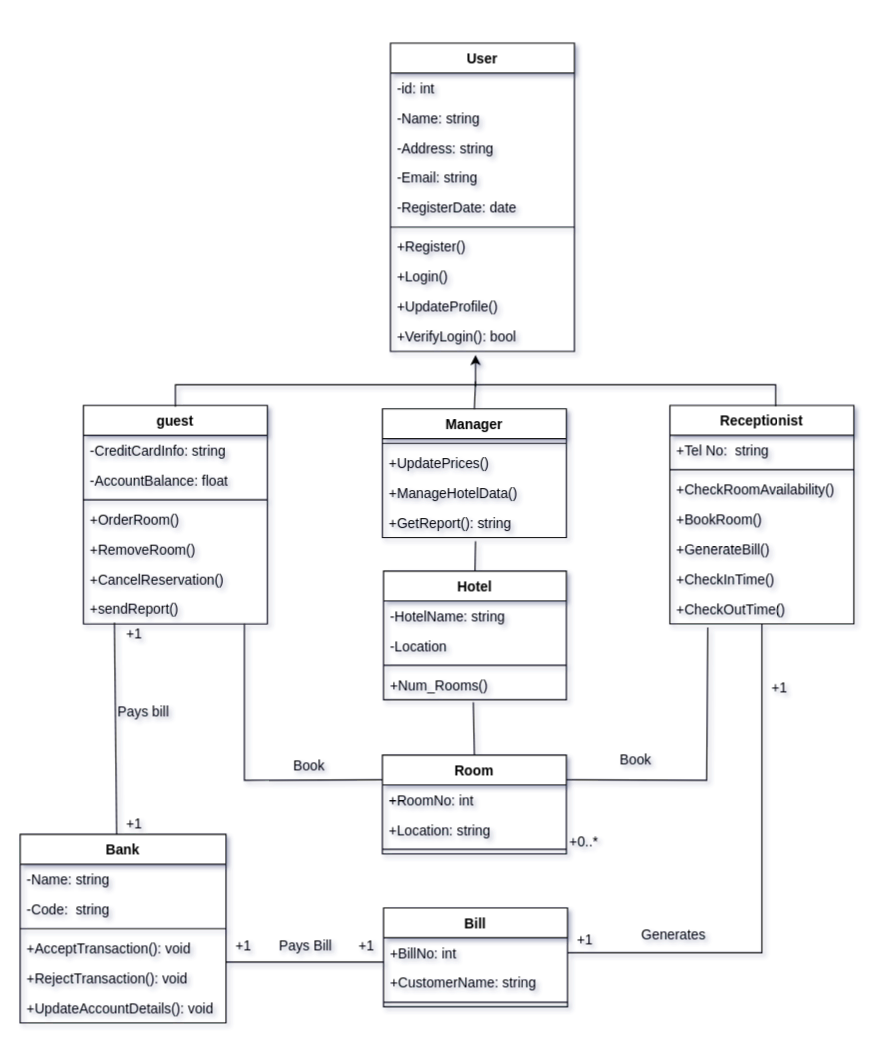
Before: Class diagram2.drawio in AhmedTarek-95/System-Desine, a draw.io diagram. Source tidied: cells renumbered, new cells numbered last; positions are measured from the earlier drawing's top-left corner, leaving out a move shared by most shapes. Both pictures are drawn from the tidied source at 115%, with x=0, y=0 at pixel (20, 43).
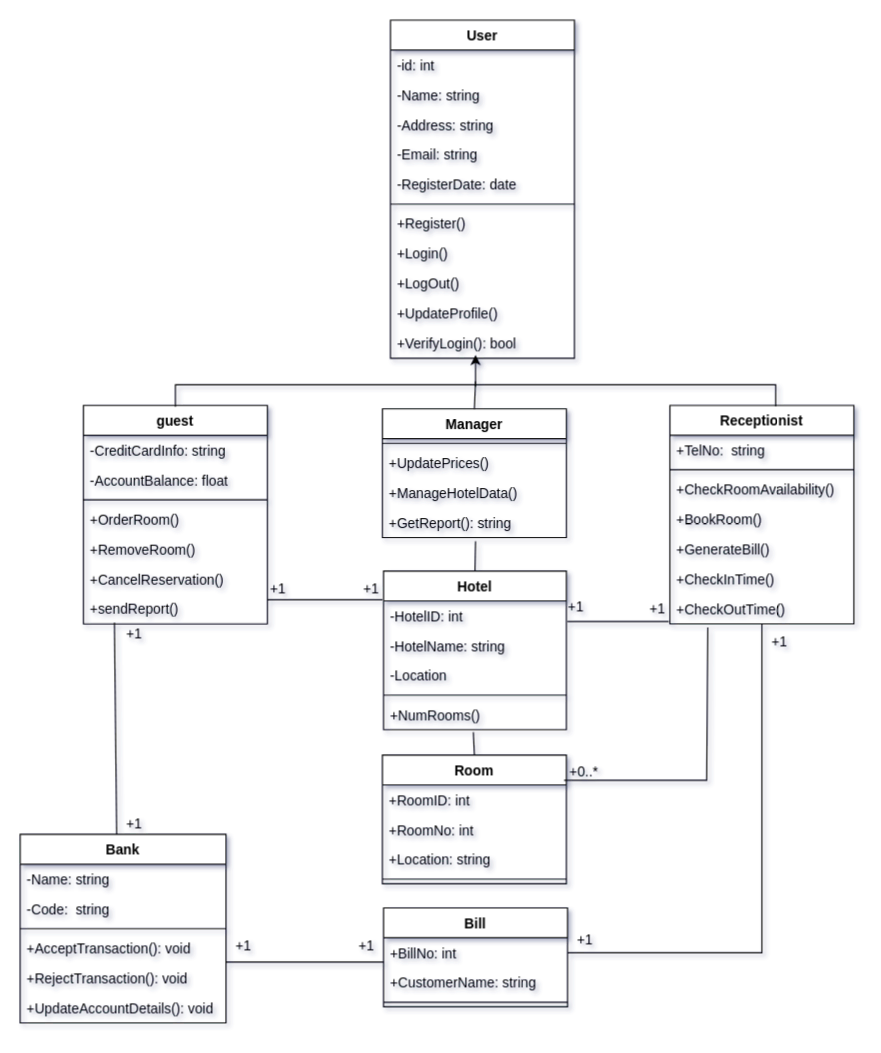
The same diagram, later.

Unchanged cells that the change refers to:
```xml
<mxCell id="14" value="+sendReport()" style="text;strokeColor=none;fillColor=none;align=left;verticalAlign=top;spacingLeft=4;spacingRight=4;overflow=hidden;points=[[0,0.5],[1,0.5]];portConstraint=eastwest;" parent="7" vertex="1">
  <mxGeometry y="164" width="160" height="26" as="geometry" />
</mxCell>
<mxCell id="19" value="Receptionist" style="swimlane;fontStyle=1;align=center;verticalAlign=top;horizontal=1;startSize=26;gradientColor=none;" parent="1" vertex="1">
  <mxGeometry x="565" y="315" width="160" height="190" as="geometry" />
</mxCell>
<mxCell id="26" value="+CheckOutTime()" style="text;strokeColor=none;fillColor=none;align=left;verticalAlign=top;spacingLeft=4;spacingRight=4;overflow=hidden;points=[[0,0.5],[1,0.5]];portConstraint=eastwest;" parent="19" vertex="1">
  <mxGeometry y="164" width="160" height="26" as="geometry" />
</mxCell>
```

What changed in the source:
```diff
@@
     <mxCell id="15" value="Room" style="swimlane;fontStyle=1;align=center;verticalAlign=top;horizontal=1;startSize=26;" parent="1" vertex="1">
-      <mxGeometry x="315" y="619" width="160" height="86" as="geometry" />
+      <mxGeometry x="315" y="619" width="160" height="112" as="geometry" />
     </mxCell>
+    <mxCell id="76" value="+RoomID: int" style="text;strokeColor=none;fillColor=none;align=left;verticalAlign=top;spacingLeft=4;spacingRight=4;overflow=hidden;" parent="15" vertex="1">
+      <mxGeometry y="26" width="160" height="26" as="geometry" />
+    </mxCell>
     <mxCell id="16" value="+RoomNo: int" style="text;strokeColor=none;fillColor=none;align=left;verticalAlign=top;spacingLeft=4;spacingRight=4;overflow=hidden;" parent="15" vertex="1">
-      <mxGeometry y="26" width="160" height="26" as="geometry" />
+      <mxGeometry y="52" width="160" height="26" as="geometry" />
     </mxCell>
     <mxCell id="17" value="+Location: string" style="text;strokeColor=none;fillColor=none;align=left;verticalAlign=top;spacingLeft=4;spacingRight=4;overflow=hidden;" parent="15" vertex="1">
-      <mxGeometry y="52" width="160" height="26" as="geometry" />
+      <mxGeometry y="78" width="160" height="26" as="geometry" />
     </mxCell>
     <mxCell id="18" style="line;strokeWidth=1;fillColor=none;align=left;verticalAlign=middle;spacingTop=-1;spacingLeft=3;spacingRight=3;labelPosition=right;" parent="15" vertex="1">
-      <mxGeometry y="78" width="160" height="8" as="geometry" />
+      <mxGeometry y="104" width="160" height="8" as="geometry" />
     </mxCell>
@@
-    <mxCell id="20" value="+Tel No:  string" style="text;strokeColor=none;fillColor=none;align=left;verticalAlign=top;spacingLeft=4;spacingRight=4;overflow=hidden;" parent="19" vertex="1">
+    <mxCell id="20" value="+TelNo:  string" style="text;strokeColor=none;fillColor=none;align=left;verticalAlign=top;spacingLeft=4;spacingRight=4;overflow=hidden;" parent="19" vertex="1">
       <mxGeometry y="26" width="160" height="26" as="geometry" />
     </mxCell>
@@
-    <mxCell id="27" style="endArrow=none;html=1;rounded=0;exitX=0;exitY=0.25;exitDx=0;exitDy=0;" parent="1" edge="1" source="15">
-      <mxGeometry relative="1" as="geometry">
-        <mxPoint x="195" y="505" as="targetPoint" />
-        <Array as="points">
-          <mxPoint x="195" y="641" />
-        </Array>
-      </mxGeometry>
-    </mxCell>
@@
-    <mxCell id="34" style="endArrow=none;html=1;rounded=0;entryX=1;entryY=0.25;entryDx=0;entryDy=0;exitX=0.206;exitY=1.115;exitDx=0;exitDy=0;exitPerimeter=0;" parent="1" edge="1" source="26" target="15">
+    <mxCell id="34" style="endArrow=none;html=1;rounded=0;exitX=0.206;exitY=1.115;exitDx=0;exitDy=0;exitPerimeter=0;" parent="1" edge="1" source="26">
       <mxGeometry relative="1" as="geometry">
+        <mxPoint x="473" y="641" as="targetPoint" />
         <Array as="points">
           <mxPoint x="597" y="641" />
         </Array>
       </mxGeometry>
     </mxCell>
@@
-    <mxCell id="37" value="Generates" style="text;html=1;align=center;verticalAlign=middle;strokeColor=none;fillColor=none;" parent="1" vertex="1">
-      <mxGeometry x="533" y="766" width="70" height="20" as="geometry" />
-    </mxCell>
     <mxCell id="38" value="+1" style="text;html=1;align=center;verticalAlign=middle;strokeColor=none;fillColor=none;" parent="1" vertex="1">
-      <mxGeometry x="645" y="551" width="30" height="20" as="geometry" />
+      <mxGeometry x="645" y="511" width="30" height="20" as="geometry" />
     </mxCell>
     <mxCell id="39" value="+0..*" style="text;html=1;align=center;verticalAlign=middle;strokeColor=none;fillColor=none;" parent="1" vertex="1">
-      <mxGeometry x="470" y="685" width="40" height="20" as="geometry" />
+      <mxGeometry x="470" y="624" width="40" height="20" as="geometry" />
     </mxCell>
-    <mxCell id="40" value="Pays Bill" style="text;html=1;align=center;verticalAlign=middle;strokeColor=none;fillColor=none;" parent="1" vertex="1">
-      <mxGeometry x="218" y="775" width="60" height="20" as="geometry" />
-    </mxCell>
-    <mxCell id="41" value="Book" style="text;html=1;align=center;verticalAlign=middle;strokeColor=none;fillColor=none;" parent="1" vertex="1">
-      <mxGeometry x="231" y="619" width="40" height="20" as="geometry" />
-    </mxCell>
-    <mxCell id="42" value="Book" style="text;html=1;align=center;verticalAlign=middle;strokeColor=none;fillColor=none;" parent="1" vertex="1">
-      <mxGeometry x="515" y="614" width="40" height="20" as="geometry" />
-    </mxCell>
     <mxCell id="43" value="User" style="swimlane;fontStyle=1;align=center;verticalAlign=top;horizontal=1;startSize=26;" parent="1" vertex="1">
-      <mxGeometry x="322" width="160" height="268" as="geometry" />
+      <mxGeometry x="322" y="-20" width="160" height="294" as="geometry" />
     </mxCell>
@@
+    <mxCell id="77" value="+LogOut()" style="text;strokeColor=none;fillColor=none;align=left;verticalAlign=top;spacingLeft=4;spacingRight=4;overflow=hidden;" parent="43" vertex="1">
+      <mxGeometry y="216" width="160" height="26" as="geometry" />
+    </mxCell>
     <mxCell id="52" value="+UpdateProfile()" style="text;strokeColor=none;fillColor=none;align=left;verticalAlign=top;spacingLeft=4;spacingRight=4;overflow=hidden;" parent="43" vertex="1">
-      <mxGeometry y="216" width="160" height="26" as="geometry" />
+      <mxGeometry y="242" width="160" height="26" as="geometry" />
     </mxCell>
     <mxCell id="53" value="+VerifyLogin(): bool" style="text;strokeColor=none;fillColor=none;align=left;verticalAlign=top;spacingLeft=4;spacingRight=4;overflow=hidden;" parent="43" vertex="1">
-      <mxGeometry y="242" width="160" height="26" as="geometry" />
+      <mxGeometry y="268" width="160" height="26" as="geometry" />
     </mxCell>
@@
-    <mxCell id="67" value="Pays bill" style="text;html=1;align=center;verticalAlign=middle;strokeColor=none;fillColor=none;" parent="1" vertex="1">
-      <mxGeometry x="79" y="573" width="55" height="18" as="geometry" />
-    </mxCell>
     <mxCell id="68" value="Hotel" style="swimlane;fontStyle=1;align=center;verticalAlign=top;horizontal=1;startSize=26;" parent="1" vertex="1">
-      <mxGeometry x="316" y="459" width="159" height="112" as="geometry" />
+      <mxGeometry x="316" y="459" width="159" height="138" as="geometry" />
     </mxCell>
+    <mxCell id="78" value="-HotelID: int" style="text;strokeColor=none;fillColor=none;align=left;verticalAlign=top;spacingLeft=4;spacingRight=4;overflow=hidden;points=[[0,0.5],[1,0.5]];portConstraint=eastwest;" parent="68" vertex="1">
+      <mxGeometry y="26" width="159" height="26" as="geometry" />
+    </mxCell>
     <mxCell id="69" value="-HotelName: string" style="text;strokeColor=none;fillColor=none;align=left;verticalAlign=top;spacingLeft=4;spacingRight=4;overflow=hidden;" parent="68" vertex="1">
-      <mxGeometry y="26" width="159" height="26" as="geometry" />
+      <mxGeometry y="52" width="159" height="26" as="geometry" />
     </mxCell>
     <mxCell id="70" value="-Location" style="text;strokeColor=none;fillColor=none;align=left;verticalAlign=top;spacingLeft=4;spacingRight=4;overflow=hidden;" parent="68" vertex="1">
-      <mxGeometry y="52" width="159" height="26" as="geometry" />
+      <mxGeometry y="78" width="159" height="26" as="geometry" />
     </mxCell>
     <mxCell id="71" style="line;strokeWidth=1;fillColor=none;align=left;verticalAlign=middle;spacingTop=-1;spacingLeft=3;spacingRight=3;labelPosition=right;" parent="68" vertex="1">
-      <mxGeometry y="78" width="159" height="8" as="geometry" />
+      <mxGeometry y="104" width="159" height="8" as="geometry" />
     </mxCell>
-    <mxCell id="72" value="+Num_Rooms()" style="text;strokeColor=none;fillColor=none;align=left;verticalAlign=top;spacingLeft=4;spacingRight=4;overflow=hidden;points=[[0,0.5],[1,0.5]];portConstraint=eastwest;" parent="68" vertex="1">
-      <mxGeometry y="86" width="159" height="26" as="geometry" />
+    <mxCell id="72" value="+NumRooms()" style="text;strokeColor=none;fillColor=none;align=left;verticalAlign=top;spacingLeft=4;spacingRight=4;overflow=hidden;points=[[0,0.5],[1,0.5]];portConstraint=eastwest;" parent="68" vertex="1">
+      <mxGeometry y="112" width="159" height="26" as="geometry" />
     </mxCell>
@@
+    <mxCell id="79" style="endArrow=none;html=1;rounded=0;entryX=-0.006;entryY=0.923;entryDx=0;entryDy=0;entryPerimeter=0;exitX=1.006;exitY=0.692;exitDx=0;exitDy=0;exitPerimeter=0;" parent="1" edge="1" source="78" target="26">
+      <mxGeometry relative="1" as="geometry" />
+    </mxCell>
+    <mxCell id="80" value="+1" style="text;html=1;align=center;verticalAlign=middle;strokeColor=none;fillColor=none;" parent="1" vertex="1">
+      <mxGeometry x="542" y="483" width="24" height="18" as="geometry" />
+    </mxCell>
+    <mxCell id="81" value="+1" style="text;html=1;align=center;verticalAlign=middle;strokeColor=none;fillColor=none;" parent="1" vertex="1">
+      <mxGeometry x="471" y="482" width="24" height="18" as="geometry" />
+    </mxCell>
+    <mxCell id="82" style="endArrow=none;html=1;rounded=0;exitX=1;exitY=0.192;exitDx=0;exitDy=0;exitPerimeter=0;" parent="1" edge="1" source="14">
+      <mxGeometry relative="1" as="geometry">
+        <mxPoint x="315" y="484" as="targetPoint" />
+      </mxGeometry>
+    </mxCell>
+    <mxCell id="83" value="+1" style="text;html=1;align=center;verticalAlign=middle;strokeColor=none;fillColor=none;" parent="1" vertex="1">
+      <mxGeometry x="212" y="466" width="24" height="18" as="geometry" />
+    </mxCell>
+    <mxCell id="84" value="+1" style="text;html=1;align=center;verticalAlign=middle;strokeColor=none;fillColor=none;" parent="1" vertex="1">
+      <mxGeometry x="293" y="466" width="24" height="18" as="geometry" />
+    </mxCell>
```
